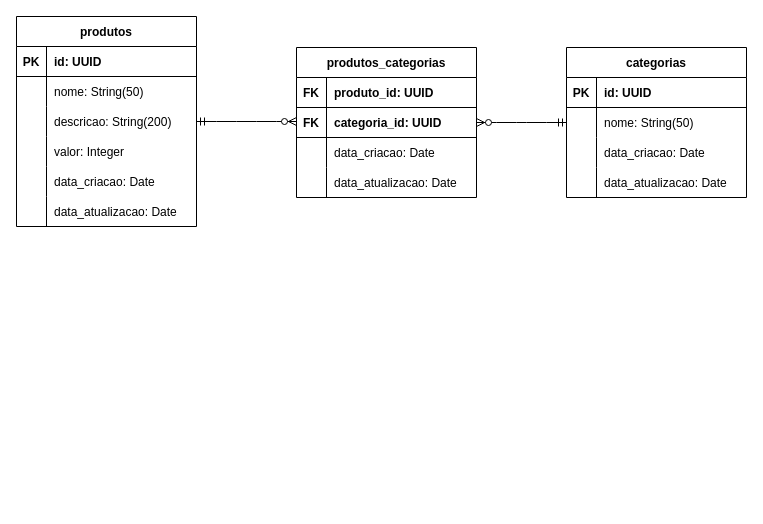
The draw.io diagram page "Modelo Lógico" (2 of 2) of requirements/ecommerce-database.drawio in raissiafreitas/ecommerce-node-api, before the edit. Source tidied: cells renumbered, new cells numbered last; positions are measured from the earlier drawing's top-left corner, leaving out a move shared by most shapes. Both pictures are drawn from the tidied source at 100%, with x=0, y=0 at pixel (16, 16).
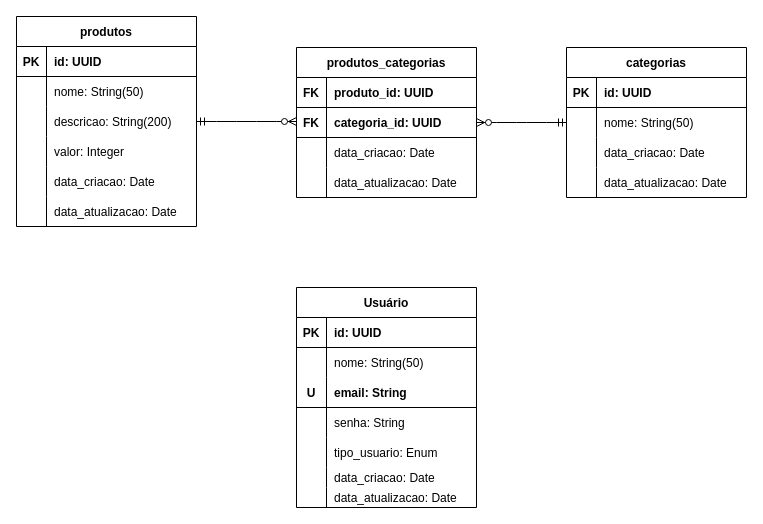
The same diagram, later.

Change to the diagram source:
```diff
@@
+    <mxCell id="49" value="Usuário" style="shape=table;startSize=30;childLayout=tableLayout;rowLines=0;fontStyle=1;align=center;" parent="1" vertex="1">
+      <mxGeometry x="280" y="271" width="180" height="220" as="geometry" />
+    </mxCell>
+    <mxCell id="50" style="shape=tableRow;horizontal=0;startSize=0;swimlaneHead=0;swimlaneBody=0;fillColor=none;top=0;left=0;right=0;bottom=1;" parent="49" vertex="1">
+      <mxGeometry y="30" width="180" height="30" as="geometry" />
+    </mxCell>
+    <mxCell id="51" value="PK" style="shape=partialRectangle;fillColor=none;top=0;left=0;bottom=0;right=0;fontStyle=1;overflow=hidden;" parent="50" vertex="1">
+      <mxGeometry width="30" height="30" as="geometry" />
+    </mxCell>
+    <mxCell id="52" value="id: UUID" style="shape=partialRectangle;fillColor=none;top=0;left=0;bottom=0;right=0;align=left;spacingLeft=6;fontStyle=1;overflow=hidden;" parent="50" vertex="1">
+      <mxGeometry x="30" width="150" height="30" as="geometry" />
+    </mxCell>
+    <mxCell id="53" style="shape=tableRow;horizontal=0;startSize=0;swimlaneHead=0;swimlaneBody=0;fillColor=none;top=0;left=0;right=0;bottom=0;" parent="49" vertex="1">
+      <mxGeometry y="60" width="180" height="30" as="geometry" />
+    </mxCell>
+    <mxCell id="54" style="shape=partialRectangle;fillColor=none;top=0;left=0;bottom=0;right=0;overflow=hidden;" parent="53" vertex="1">
+      <mxGeometry width="30" height="30" as="geometry" />
+    </mxCell>
+    <mxCell id="55" value="nome: String(50)" style="shape=partialRectangle;fillColor=none;top=0;left=0;bottom=0;right=0;align=left;spacingLeft=6;overflow=hidden;" parent="53" vertex="1">
+      <mxGeometry x="30" width="150" height="30" as="geometry" />
+    </mxCell>
+    <mxCell id="56" style="shape=tableRow;horizontal=0;startSize=0;swimlaneHead=0;swimlaneBody=0;fillColor=none;top=0;left=0;right=0;bottom=1;" parent="49" vertex="1">
+      <mxGeometry y="90" width="180" height="30" as="geometry" />
+    </mxCell>
+    <mxCell id="57" value="U" style="shape=partialRectangle;fillColor=none;top=0;left=0;bottom=0;right=0;fontStyle=1;overflow=hidden;" parent="56" vertex="1">
+      <mxGeometry width="30" height="30" as="geometry" />
+    </mxCell>
+    <mxCell id="58" value="email: String" style="shape=partialRectangle;fillColor=none;top=0;left=0;bottom=0;right=0;align=left;spacingLeft=6;fontStyle=1;overflow=hidden;" parent="56" vertex="1">
+      <mxGeometry x="30" width="150" height="30" as="geometry" />
+    </mxCell>
+    <mxCell id="59" style="shape=tableRow;horizontal=0;startSize=0;swimlaneHead=0;swimlaneBody=0;fillColor=none;top=0;left=0;right=0;bottom=0;" parent="49" vertex="1">
+      <mxGeometry y="120" width="180" height="30" as="geometry" />
+    </mxCell>
+    <mxCell id="60" style="shape=partialRectangle;fillColor=none;top=0;left=0;bottom=0;right=0;overflow=hidden;" parent="59" vertex="1">
+      <mxGeometry width="30" height="30" as="geometry" />
+    </mxCell>
+    <mxCell id="61" value="senha: String" style="shape=partialRectangle;fillColor=none;top=0;left=0;bottom=0;right=0;align=left;spacingLeft=6;overflow=hidden;" parent="59" vertex="1">
+      <mxGeometry x="30" width="150" height="30" as="geometry" />
+    </mxCell>
+    <mxCell id="62" style="shape=tableRow;horizontal=0;startSize=0;swimlaneHead=0;swimlaneBody=0;fillColor=none;top=0;left=0;right=0;bottom=0;" parent="49" vertex="1">
+      <mxGeometry y="150" width="180" height="30" as="geometry" />
+    </mxCell>
+    <mxCell id="63" style="shape=partialRectangle;fillColor=none;top=0;left=0;bottom=0;right=0;overflow=hidden;" parent="62" vertex="1">
+      <mxGeometry width="30" height="30" as="geometry" />
+    </mxCell>
+    <mxCell id="64" value="tipo_usuario: Enum" style="shape=partialRectangle;fillColor=none;top=0;left=0;bottom=0;right=0;align=left;spacingLeft=6;overflow=hidden;" parent="62" vertex="1">
+      <mxGeometry x="30" width="150" height="30" as="geometry" />
+    </mxCell>
+    <mxCell id="65" style="shape=tableRow;horizontal=0;startSize=0;swimlaneHead=0;swimlaneBody=0;fillColor=none;top=0;left=0;right=0;bottom=0;" parent="49" vertex="1">
+      <mxGeometry y="180" width="180" height="20" as="geometry" />
+    </mxCell>
+    <mxCell id="66" style="shape=partialRectangle;fillColor=none;top=0;left=0;bottom=0;right=0;overflow=hidden;" parent="65" vertex="1">
+      <mxGeometry width="30" height="20" as="geometry" />
+    </mxCell>
+    <mxCell id="67" value="data_criacao: Date" style="shape=partialRectangle;fillColor=none;top=0;left=0;bottom=0;right=0;align=left;spacingLeft=6;overflow=hidden;" parent="65" vertex="1">
+      <mxGeometry x="30" width="150" height="20" as="geometry" />
+    </mxCell>
+    <mxCell id="68" style="shape=tableRow;horizontal=0;startSize=0;swimlaneHead=0;swimlaneBody=0;fillColor=none;top=0;left=0;right=0;bottom=0;" parent="49" vertex="1">
+      <mxGeometry y="200" width="180" height="20" as="geometry" />
+    </mxCell>
+    <mxCell id="69" style="shape=partialRectangle;fillColor=none;top=0;left=0;bottom=0;right=0;overflow=hidden;" parent="68" vertex="1">
+      <mxGeometry width="30" height="20" as="geometry" />
+    </mxCell>
+    <mxCell id="70" value="data_atualizacao: Date" style="shape=partialRectangle;fillColor=none;top=0;left=0;bottom=0;right=0;align=left;spacingLeft=6;overflow=hidden;" parent="68" vertex="1">
+      <mxGeometry x="30" width="150" height="20" as="geometry" />
+    </mxCell>
```
